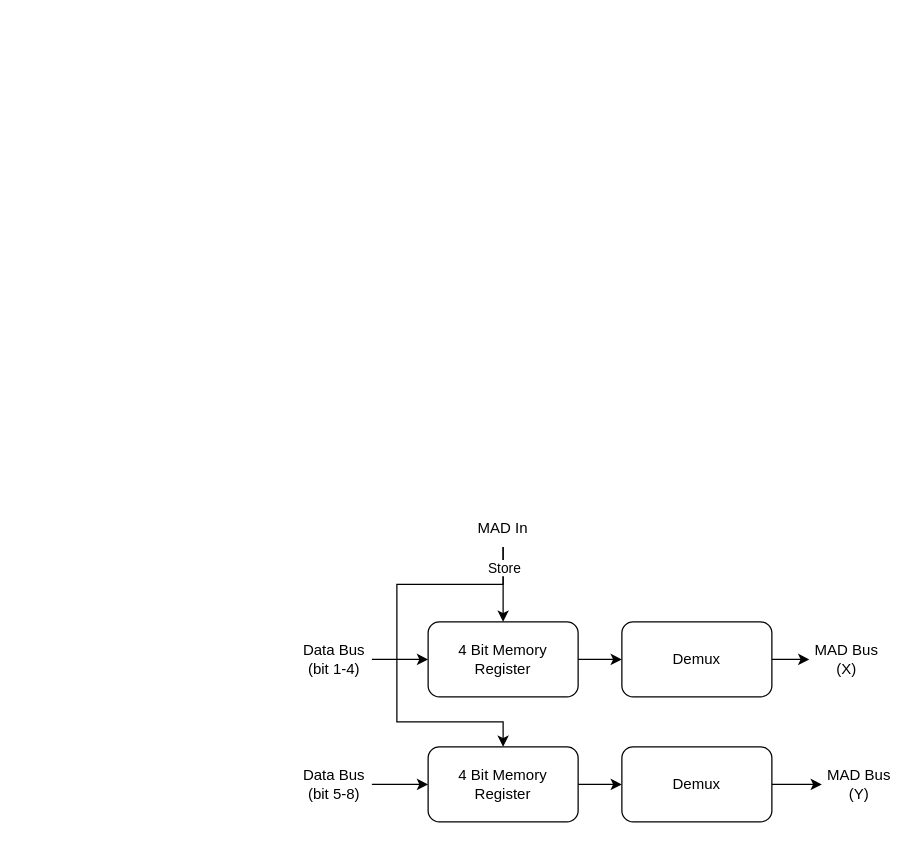
This is page "Memory Buffer" (2 of 4) of General/Magnetic Memory.drawio from omzz15/Magnetic-Memory, a draw.io file, before an edit. Source tidied: cells renumbered, new cells numbered last; positions are measured from the earlier drawing's top-left corner, leaving out a move shared by most shapes. Both pictures are drawn from the tidied source at 125%, with x=0, y=0 at pixel (296, 509).
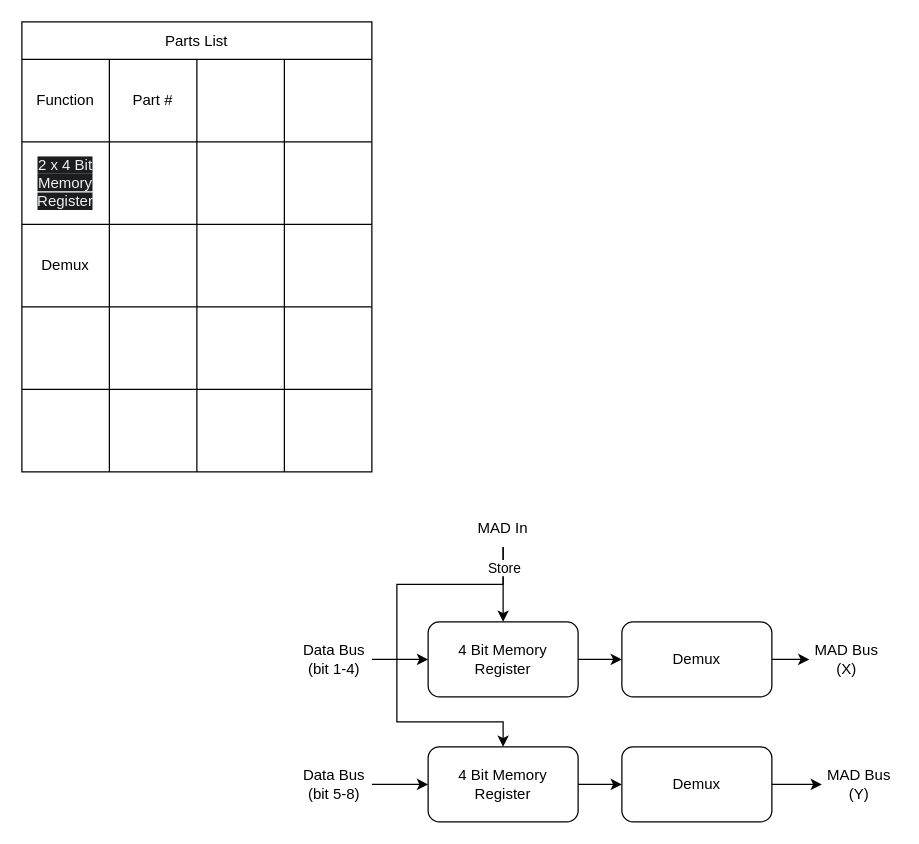
After the change.

What changed in the source:
```diff
@@
+    <mxCell id="20" value="Parts List" style="shape=table;startSize=30;childLayout=tableLayout;" parent="1" vertex="1">
+      <mxGeometry x="-220" y="-390" width="280" height="360" as="geometry" />
+    </mxCell>
+    <mxCell id="21" style="shape=tableRow;horizontal=0;startSize=0;swimlaneHead=0;swimlaneBody=0;strokeColor=inherit;top=0;left=0;bottom=0;right=0;fillColor=none;" parent="20" vertex="1">
+      <mxGeometry y="30" width="280" height="66" as="geometry" />
+    </mxCell>
+    <mxCell id="22" value="Function" style="shape=partialRectangle;html=1;whiteSpace=wrap;strokeColor=inherit;overflow=hidden;fillColor=none;top=0;left=0;bottom=0;right=0;" parent="21" vertex="1">
+      <mxGeometry width="70" height="66" as="geometry" />
+    </mxCell>
+    <mxCell id="23" value="Part #" style="shape=partialRectangle;html=1;whiteSpace=wrap;strokeColor=inherit;overflow=hidden;fillColor=none;top=0;left=0;bottom=0;right=0;" parent="21" vertex="1">
+      <mxGeometry x="70" width="70" height="66" as="geometry" />
+    </mxCell>
+    <mxCell id="24" style="shape=partialRectangle;html=1;whiteSpace=wrap;strokeColor=inherit;overflow=hidden;fillColor=none;top=0;left=0;bottom=0;right=0;" parent="21" vertex="1">
+      <mxGeometry x="140" width="70" height="66" as="geometry" />
+    </mxCell>
+    <mxCell id="25" style="shape=partialRectangle;html=1;whiteSpace=wrap;strokeColor=inherit;overflow=hidden;fillColor=none;top=0;left=0;bottom=0;right=0;" parent="21" vertex="1">
+      <mxGeometry x="210" width="70" height="66" as="geometry" />
+    </mxCell>
+    <mxCell id="26" style="shape=tableRow;horizontal=0;startSize=0;swimlaneHead=0;swimlaneBody=0;strokeColor=inherit;top=0;left=0;bottom=0;right=0;fillColor=none;" parent="20" vertex="1">
+      <mxGeometry y="96" width="280" height="66" as="geometry" />
+    </mxCell>
+    <mxCell id="27" value="&lt;span style=&quot;color: rgb(240, 240, 240); font-family: Helvetica; font-size: 12px; font-style: normal; font-variant-ligatures: normal; font-variant-caps: normal; font-weight: 400; letter-spacing: normal; orphans: 2; text-align: center; text-indent: 0px; text-transform: none; widows: 2; word-spacing: 0px; -webkit-text-stroke-width: 0px; background-color: rgb(27, 29, 30); text-decoration-thickness: initial; text-decoration-style: initial; text-decoration-color: initial; float: none; display: inline !important;&quot;&gt;2 x 4 Bit Memory Register&lt;/span&gt;" style="shape=partialRectangle;html=1;whiteSpace=wrap;strokeColor=inherit;overflow=hidden;fillColor=none;top=0;left=0;bottom=0;right=0;" parent="26" vertex="1">
+      <mxGeometry width="70" height="66" as="geometry" />
+    </mxCell>
+    <mxCell id="28" style="shape=partialRectangle;html=1;whiteSpace=wrap;strokeColor=inherit;overflow=hidden;fillColor=none;top=0;left=0;bottom=0;right=0;" parent="26" vertex="1">
+      <mxGeometry x="70" width="70" height="66" as="geometry" />
+    </mxCell>
+    <mxCell id="29" style="shape=partialRectangle;html=1;whiteSpace=wrap;strokeColor=inherit;overflow=hidden;fillColor=none;top=0;left=0;bottom=0;right=0;" parent="26" vertex="1">
+      <mxGeometry x="140" width="70" height="66" as="geometry" />
+    </mxCell>
+    <mxCell id="30" style="shape=partialRectangle;html=1;whiteSpace=wrap;strokeColor=inherit;overflow=hidden;fillColor=none;top=0;left=0;bottom=0;right=0;" parent="26" vertex="1">
+      <mxGeometry x="210" width="70" height="66" as="geometry" />
+    </mxCell>
+    <mxCell id="31" style="shape=tableRow;horizontal=0;startSize=0;swimlaneHead=0;swimlaneBody=0;strokeColor=inherit;top=0;left=0;bottom=0;right=0;fillColor=none;" parent="20" vertex="1">
+      <mxGeometry y="162" width="280" height="66" as="geometry" />
+    </mxCell>
+    <mxCell id="32" value="Demux" style="shape=partialRectangle;html=1;whiteSpace=wrap;strokeColor=inherit;overflow=hidden;fillColor=none;top=0;left=0;bottom=0;right=0;" parent="31" vertex="1">
+      <mxGeometry width="70" height="66" as="geometry" />
+    </mxCell>
+    <mxCell id="33" style="shape=partialRectangle;html=1;whiteSpace=wrap;strokeColor=inherit;overflow=hidden;fillColor=none;top=0;left=0;bottom=0;right=0;" parent="31" vertex="1">
+      <mxGeometry x="70" width="70" height="66" as="geometry" />
+    </mxCell>
+    <mxCell id="34" style="shape=partialRectangle;html=1;whiteSpace=wrap;strokeColor=inherit;overflow=hidden;fillColor=none;top=0;left=0;bottom=0;right=0;" parent="31" vertex="1">
+      <mxGeometry x="140" width="70" height="66" as="geometry" />
+    </mxCell>
+    <mxCell id="35" style="shape=partialRectangle;html=1;whiteSpace=wrap;strokeColor=inherit;overflow=hidden;fillColor=none;top=0;left=0;bottom=0;right=0;" parent="31" vertex="1">
+      <mxGeometry x="210" width="70" height="66" as="geometry" />
+    </mxCell>
+    <mxCell id="36" style="shape=tableRow;horizontal=0;startSize=0;swimlaneHead=0;swimlaneBody=0;strokeColor=inherit;top=0;left=0;bottom=0;right=0;fillColor=none;" parent="20" vertex="1">
+      <mxGeometry y="228" width="280" height="66" as="geometry" />
+    </mxCell>
+    <mxCell id="37" style="shape=partialRectangle;html=1;whiteSpace=wrap;strokeColor=inherit;overflow=hidden;fillColor=none;top=0;left=0;bottom=0;right=0;" parent="36" vertex="1">
+      <mxGeometry width="70" height="66" as="geometry" />
+    </mxCell>
+    <mxCell id="38" style="shape=partialRectangle;html=1;whiteSpace=wrap;strokeColor=inherit;overflow=hidden;fillColor=none;top=0;left=0;bottom=0;right=0;" parent="36" vertex="1">
+      <mxGeometry x="70" width="70" height="66" as="geometry" />
+    </mxCell>
+    <mxCell id="39" style="shape=partialRectangle;html=1;whiteSpace=wrap;strokeColor=inherit;overflow=hidden;fillColor=none;top=0;left=0;bottom=0;right=0;" parent="36" vertex="1">
+      <mxGeometry x="140" width="70" height="66" as="geometry" />
+    </mxCell>
+    <mxCell id="40" style="shape=partialRectangle;html=1;whiteSpace=wrap;strokeColor=inherit;overflow=hidden;fillColor=none;top=0;left=0;bottom=0;right=0;" parent="36" vertex="1">
+      <mxGeometry x="210" width="70" height="66" as="geometry" />
+    </mxCell>
+    <mxCell id="41" style="shape=tableRow;horizontal=0;startSize=0;swimlaneHead=0;swimlaneBody=0;strokeColor=inherit;top=0;left=0;bottom=0;right=0;fillColor=none;" parent="20" vertex="1">
+      <mxGeometry y="294" width="280" height="66" as="geometry" />
+    </mxCell>
+    <mxCell id="42" style="shape=partialRectangle;html=1;whiteSpace=wrap;strokeColor=inherit;overflow=hidden;fillColor=none;top=0;left=0;bottom=0;right=0;" parent="41" vertex="1">
+      <mxGeometry width="70" height="66" as="geometry" />
+    </mxCell>
+    <mxCell id="43" style="shape=partialRectangle;html=1;whiteSpace=wrap;strokeColor=inherit;overflow=hidden;fillColor=none;top=0;left=0;bottom=0;right=0;" parent="41" vertex="1">
+      <mxGeometry x="70" width="70" height="66" as="geometry" />
+    </mxCell>
+    <mxCell id="44" style="shape=partialRectangle;html=1;whiteSpace=wrap;strokeColor=inherit;overflow=hidden;fillColor=none;top=0;left=0;bottom=0;right=0;" parent="41" vertex="1">
+      <mxGeometry x="140" width="70" height="66" as="geometry" />
+    </mxCell>
+    <mxCell id="45" style="shape=partialRectangle;html=1;whiteSpace=wrap;strokeColor=inherit;overflow=hidden;fillColor=none;top=0;left=0;bottom=0;right=0;" parent="41" vertex="1">
+      <mxGeometry x="210" width="70" height="66" as="geometry" />
+    </mxCell>
```
